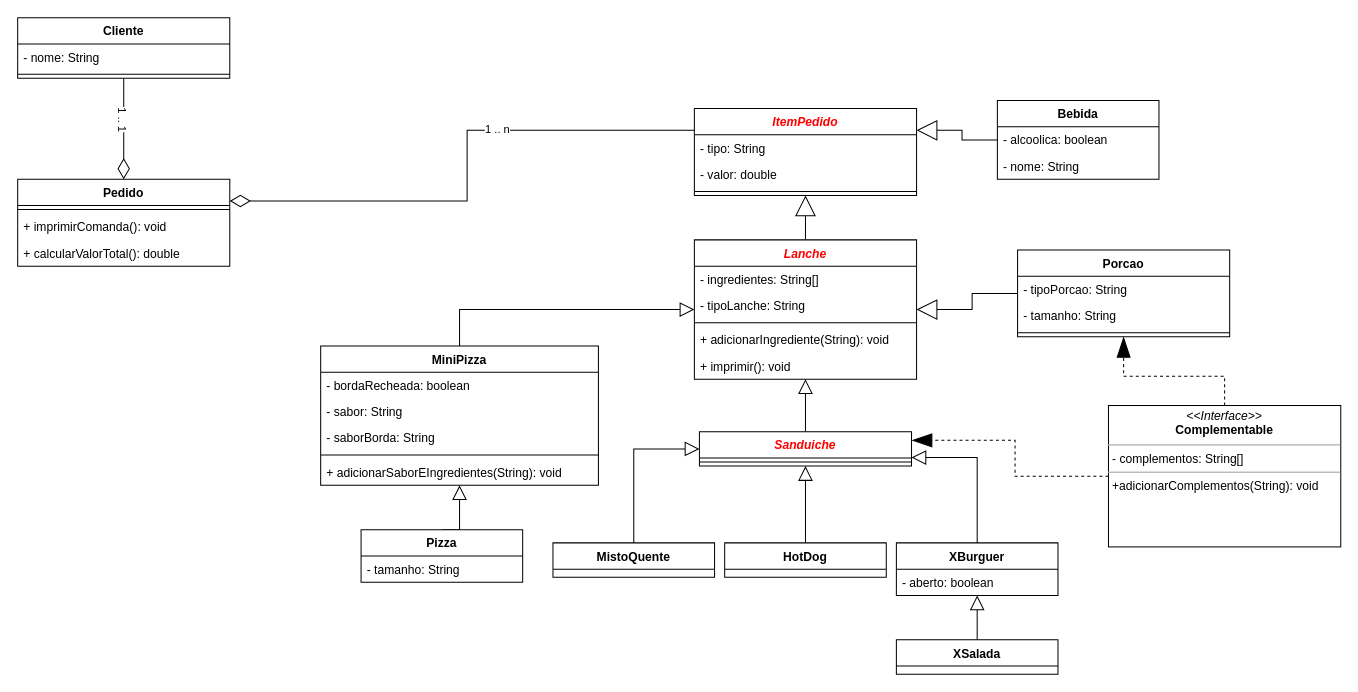
Above: page "Lanches" (1 of 7) of diagramas.drawio in hannaBanannaOF/entra21-git-inicio (draw.io), before the change. Source tidied: cells renumbered, new cells numbered last; positions are measured from the earlier drawing's top-left corner, leaving out a move shared by most shapes. Both pictures are drawn from the tidied source at 101%, with x=0, y=0 at pixel (17, 17).
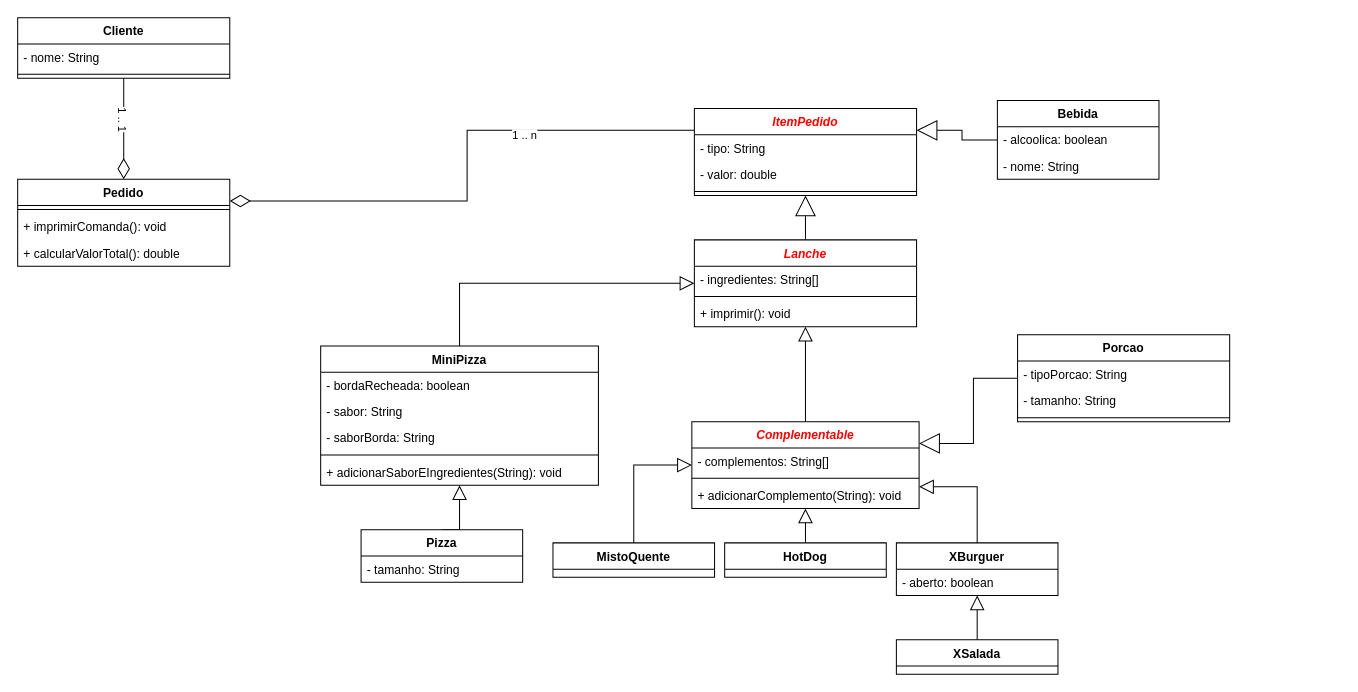
After the change.

The change refers to these unchanged cells:
```xml
<mxCell id="19" style="edgeStyle=orthogonalEdgeStyle;rounded=0;jettySize=auto;html=1;exitX=1;exitY=0.25;exitDx=0;exitDy=0;entryX=0;entryY=0.25;entryDx=0;entryDy=0;endArrow=none;endFill=0;endSize=18;startArrow=diamondThin;startFill=0;startSize=18;" parent="1" edge="1" source="21" target="54">
  <mxGeometry relative="1" as="geometry" />
</mxCell>
```

Diff of the diagram source:
```diff
@@
     <mxCell id="3" value="Lanche" style="swimlane;fontStyle=3;align=center;verticalAlign=top;horizontal=1;startSize=26;fontColor=#FF0000;" parent="1" vertex="1">
-      <mxGeometry x="670" y="220" width="220" height="138" as="geometry" />
+      <mxGeometry x="670" y="220" width="220" height="86" as="geometry" />
     </mxCell>
@@
-    <mxCell id="5" value="- tipoLanche: String" style="text;strokeColor=none;fillColor=none;align=left;verticalAlign=top;spacingLeft=4;spacingRight=4;overflow=hidden;" parent="3" vertex="1">
-      <mxGeometry y="52" width="220" height="26" as="geometry" />
-    </mxCell>
     <mxCell id="6" style="line;strokeWidth=1;fillColor=none;align=left;verticalAlign=middle;spacingTop=-1;spacingLeft=3;spacingRight=3;labelPosition=right;" parent="3" vertex="1">
-      <mxGeometry y="78" width="220" height="8" as="geometry" />
+      <mxGeometry y="52" width="220" height="8" as="geometry" />
     </mxCell>
-    <mxCell id="7" value="+ adicionarIngrediente(String): void&#10;" style="text;strokeColor=none;fillColor=none;align=left;verticalAlign=top;spacingLeft=4;spacingRight=4;overflow=hidden;" parent="3" vertex="1">
-      <mxGeometry y="86" width="220" height="26" as="geometry" />
-    </mxCell>
     <mxCell id="8" value="+ imprimir(): void" style="text;strokeColor=none;fillColor=none;align=left;verticalAlign=top;spacingLeft=4;spacingRight=4;overflow=hidden;" parent="3" vertex="1">
-      <mxGeometry y="112" width="220" height="26" as="geometry" />
+      <mxGeometry y="60" width="220" height="26" as="geometry" />
     </mxCell>
@@
     <mxCell id="20" value="1 .. n" style="edgeLabel;html=1;align=center;verticalAlign=middle;" parent="19" vertex="1">
       <mxGeometry x="0.16" y="-1" relative="1" as="geometry">
-        <mxPoint x="27" y="-2" as="offset" />
+        <mxPoint x="54" y="4" as="offset" />
       </mxGeometry>
     </mxCell>
@@
-    <mxCell id="36" value="Sanduiche" style="swimlane;fontStyle=3;align=center;verticalAlign=top;horizontal=1;startSize=26;fontColor=#FF0000;" parent="1" vertex="1">
-      <mxGeometry x="675" y="410" width="210" height="34" as="geometry" />
+    <mxCell id="36" value="Complementable" style="swimlane;fontStyle=3;align=center;verticalAlign=top;horizontal=1;startSize=26;fontColor=#FF0000;" parent="1" vertex="1">
+      <mxGeometry x="667.5" y="400" width="225" height="86" as="geometry" />
     </mxCell>
+    <mxCell id="5" value="- complementos: String[]" style="text;strokeColor=none;fillColor=none;align=left;verticalAlign=top;spacingLeft=4;spacingRight=4;overflow=hidden;" parent="36" vertex="1">
+      <mxGeometry y="26" width="225" height="26" as="geometry" />
+    </mxCell>
     <mxCell id="37" style="line;strokeWidth=1;fillColor=none;align=left;verticalAlign=middle;spacingTop=-1;spacingLeft=3;spacingRight=3;labelPosition=right;fontColor=#FF0000;" parent="36" vertex="1">
-      <mxGeometry y="26" width="210" height="8" as="geometry" />
+      <mxGeometry y="52" width="225" height="8" as="geometry" />
     </mxCell>
+    <mxCell id="7" value="+ adicionarComplemento(String): void" style="text;strokeColor=none;fillColor=none;align=left;verticalAlign=top;spacingLeft=4;spacingRight=4;overflow=hidden;" parent="36" vertex="1">
+      <mxGeometry y="60" width="225" height="26" as="geometry" />
+    </mxCell>
@@
-    <mxCell id="46" style="edgeStyle=orthogonalEdgeStyle;rounded=0;jettySize=auto;html=1;exitX=0;exitY=0.5;exitDx=0;exitDy=0;endArrow=block;endFill=0;endSize=18;entryX=1;entryY=0.5;entryDx=0;entryDy=0;" parent="1" edge="1" source="47" target="3">
+    <mxCell id="46" style="edgeStyle=orthogonalEdgeStyle;rounded=0;jettySize=auto;html=1;exitX=0;exitY=0.5;exitDx=0;exitDy=0;endArrow=block;endFill=0;endSize=18;entryX=1;entryY=0.25;entryDx=0;entryDy=0;" parent="1" edge="1" source="47" target="36">
       <mxGeometry relative="1" as="geometry" />
     </mxCell>
     <mxCell id="47" value="Porcao" style="swimlane;fontStyle=1;align=center;verticalAlign=top;horizontal=1;startSize=26;fontColor=#000000;" parent="1" vertex="1">
-      <mxGeometry x="990" y="230" width="210" height="86" as="geometry" />
+      <mxGeometry x="990" y="314" width="210" height="86" as="geometry" />
     </mxCell>
@@
-    <mxCell id="51" style="edgeStyle=orthogonalEdgeStyle;rounded=0;jettySize=auto;html=1;exitX=0.5;exitY=0;exitDx=0;exitDy=0;entryX=0.5;entryY=1;entryDx=0;entryDy=0;endArrow=blockThin;endFill=1;endSize=18;dashed=1;" parent="1" edge="1" source="53" target="47">
-      <mxGeometry relative="1" as="geometry" />
-    </mxCell>
-    <mxCell id="52" style="edgeStyle=orthogonalEdgeStyle;rounded=0;jettySize=auto;html=1;exitX=0;exitY=0.5;exitDx=0;exitDy=0;entryX=1;entryY=0.25;entryDx=0;entryDy=0;endArrow=blockThin;endFill=1;endSize=18;dashed=1;" parent="1" edge="1" source="53" target="36">
-      <mxGeometry relative="1" as="geometry" />
-    </mxCell>
-    <mxCell id="53" value="&lt;p style=&quot;margin:0px;margin-top:4px;text-align:center;&quot;&gt;&lt;i&gt;&amp;lt;&amp;lt;Interface&amp;gt;&amp;gt;&lt;/i&gt;&lt;br&gt;&lt;b&gt;Complementable&lt;/b&gt;&lt;/p&gt;&lt;hr size=&quot;1&quot;&gt;&lt;p style=&quot;margin:0px;margin-left:4px;&quot;&gt;- complementos: String[]&lt;br&gt;&lt;/p&gt;&lt;hr size=&quot;1&quot;&gt;&lt;p style=&quot;margin:0px;margin-left:4px;&quot;&gt;+adicionarComplementos(String): void&lt;/p&gt;" style="verticalAlign=top;align=left;overflow=fill;fontSize=12;fontFamily=Helvetica;html=1;" parent="1" vertex="1">
-      <mxGeometry x="1080" y="384" width="230" height="140" as="geometry" />
-    </mxCell>
```
